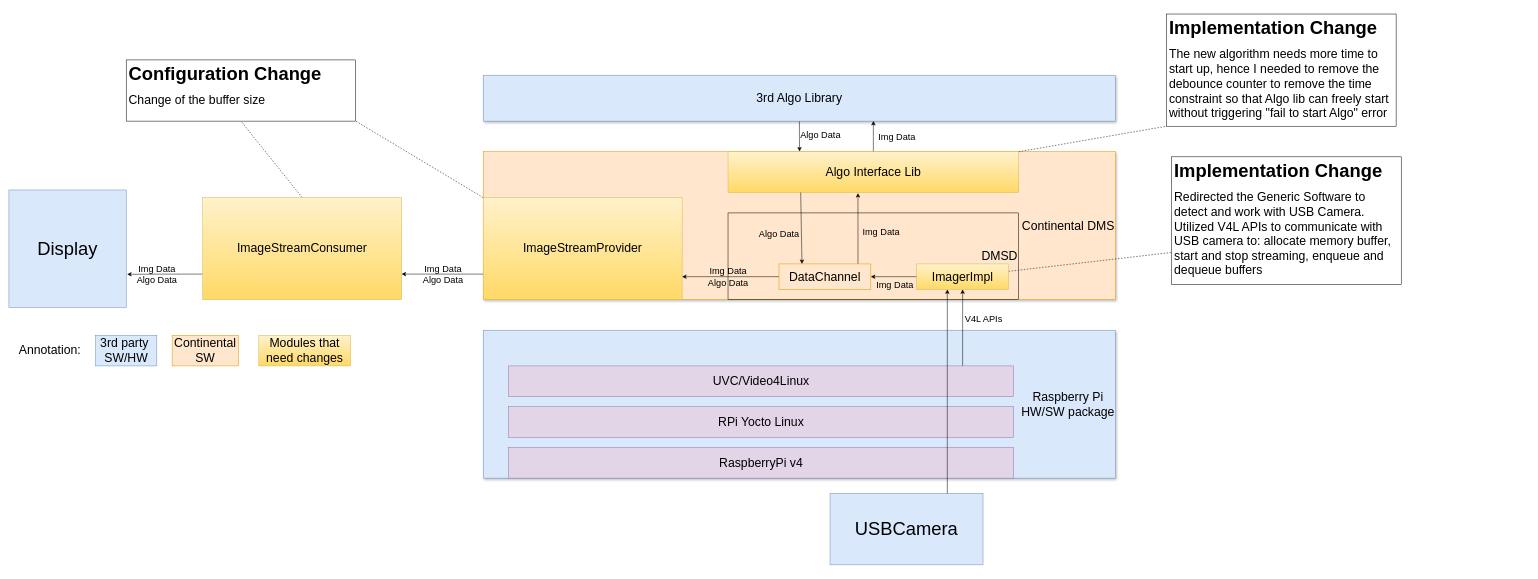
Before: Presentation/TobiiDemo.drawio in truonggiangtran/JobSearch, a draw.io diagram. Source tidied: cells renumbered, new cells numbered last; positions are measured from the earlier drawing's top-left corner, leaving out a move shared by most shapes. Both pictures are drawn from the tidied source at 51%, with x=0, y=0 at pixel (9, 14).
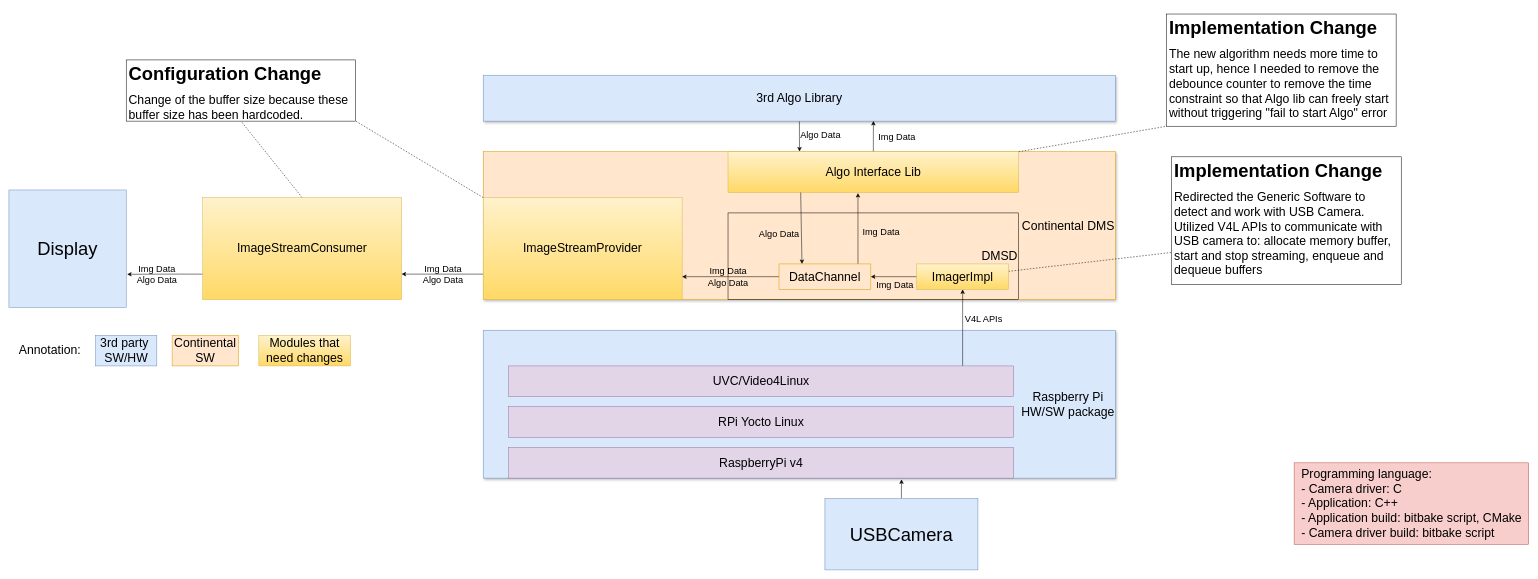
After the change.

Commit message (it also covers changes not shown here):
Update 5MP camera project with overall development picture

Unchanged cells that the change refers to:
```xml
<mxCell id="7" value="&lt;font style=&quot;font-size: 24px;&quot;&gt;RaspberryPi v4&lt;/font&gt;" style="rounded=0;whiteSpace=wrap;html=1;fillColor=#e1d5e7;strokeColor=#9673a6;" parent="1" vertex="1">
  <mxGeometry x="980" y="850" width="990" height="60" as="geometry" />
</mxCell>
```

The edit, as a diff of the source:
```diff
@@
+    <mxCell id="46" style="edgeStyle=orthogonalEdgeStyle;rounded=0;jettySize=auto;html=1;entryX=0.778;entryY=1.042;entryDx=0;entryDy=0;entryPerimeter=0;" parent="1" edge="1" source="25" target="7">
+      <mxGeometry relative="1" as="geometry" />
+    </mxCell>
     <mxCell id="25" value="&lt;font style=&quot;font-size: 36px;&quot;&gt;USBCamera&lt;/font&gt;" style="rounded=0;whiteSpace=wrap;html=1;fillColor=#dae8fc;strokeColor=#6c8ebf;" parent="1" vertex="1">
-      <mxGeometry x="1610" y="940" width="300" height="140" as="geometry" />
+      <mxGeometry x="1600" y="950" width="300" height="140" as="geometry" />
     </mxCell>
@@
-    <mxCell id="31" style="endArrow=classic;html=1;rounded=0;" parent="1" edge="1">
-      <mxGeometry relative="1" as="geometry">
-        <mxPoint x="1840" y="940" as="sourcePoint" />
-        <mxPoint x="1840" y="540" as="targetPoint" />
-      </mxGeometry>
-    </mxCell>
@@
-    <mxCell id="43" value="&lt;h1&gt;&lt;font style=&quot;font-size: 36px;&quot;&gt;Configuration Change&lt;/font&gt;&lt;/h1&gt;&lt;p&gt;&lt;font style=&quot;font-size: 24px;&quot;&gt;Change of the buffer size&lt;/font&gt;&lt;/p&gt;" style="text;html=1;strokeColor=default;fillColor=none;spacing=5;spacingTop=-20;whiteSpace=wrap;overflow=hidden;rounded=0;" parent="1" vertex="1">
+    <mxCell id="43" value="&lt;h1&gt;&lt;font style=&quot;font-size: 36px;&quot;&gt;Configuration Change&lt;/font&gt;&lt;/h1&gt;&lt;p&gt;&lt;font style=&quot;font-size: 24px;&quot;&gt;Change of the buffer size because these buffer size has been hardcoded.&lt;/font&gt;&lt;/p&gt;" style="text;html=1;strokeColor=default;fillColor=none;spacing=5;spacingTop=-20;whiteSpace=wrap;overflow=hidden;rounded=0;" parent="1" vertex="1">
       <mxGeometry x="230" y="90" width="450" height="120" as="geometry" />
     </mxCell>
@@
+    <mxCell id="47" value="&lt;div style=&quot;text-align: left;&quot;&gt;&lt;span style=&quot;font-size: 24px; background-color: initial;&quot;&gt;Programming language:&lt;/span&gt;&lt;/div&gt;&lt;font style=&quot;font-size: 24px;&quot;&gt;&lt;div style=&quot;text-align: left;&quot;&gt;&lt;span style=&quot;background-color: initial;&quot;&gt;- Camera driver: C&lt;/span&gt;&lt;/div&gt;&lt;div style=&quot;text-align: left;&quot;&gt;- Application: C++&lt;/div&gt;&lt;div style=&quot;text-align: left;&quot;&gt;- Application build: bitbake script, CMake&lt;/div&gt;&lt;div style=&quot;text-align: left;&quot;&gt;- Camera driver build: bitbake script&lt;/div&gt;&lt;/font&gt;" style="text;html=1;align=center;verticalAlign=middle;strokeColor=#b85450;fillColor=#f8cecc;" parent="1" vertex="1">
+      <mxGeometry x="2520" y="880" width="460" height="160" as="geometry" />
+    </mxCell>
```
